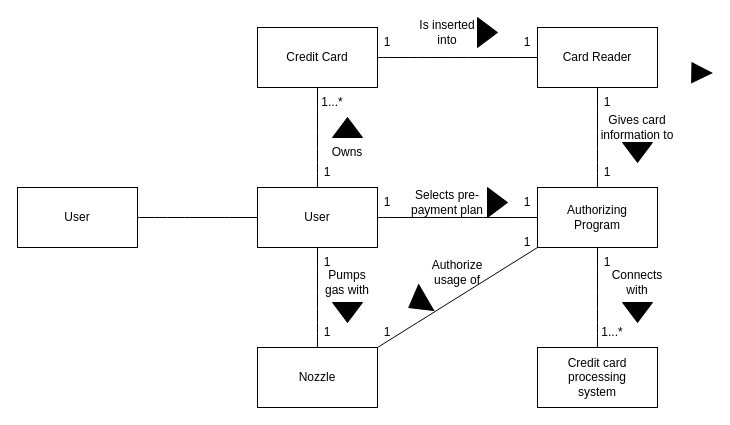
Above: Untitled Diagram.drawio in critschris/COMP-354 (draw.io), before the change. Source tidied: cells renumbered, new cells numbered last; positions are measured from the earlier drawing's top-left corner, leaving out a move shared by most shapes. Both pictures are drawn from the tidied source at 100%, with x=0, y=0 at pixel (17, 17).
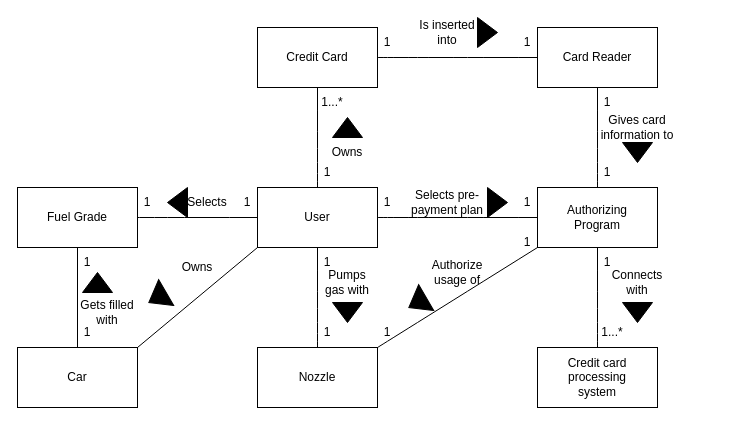
After the change.

The change refers to these unchanged cells:
```xml
<mxCell id="7" style="rounded=0;whiteSpace=wrap;html=1;" parent="6" vertex="1">
  <mxGeometry width="120" height="60" as="geometry" />
</mxCell>
<mxCell id="58" style="group;" parent="1" vertex="1">
  <mxGeometry y="170" width="120" height="60" as="geometry" />
</mxCell>
<mxCell id="59" style="rounded=0;whiteSpace=wrap;html=1;" parent="58" vertex="1">
  <mxGeometry width="120" height="60" as="geometry" />
</mxCell>
```

The edit, as a diff of the source:
```diff
@@
-    <mxCell id="2" style="verticalLabelPosition=bottom;verticalAlign=top;html=1;shape=mxgraph.basic.acute_triangle;dx=0.5;fillStyle=solid;fillColor=#000000;rotation=91;" parent="1" vertex="1">
-      <mxGeometry x="674.3" y="45.4" width="20" height="20" as="geometry" />
-    </mxCell>
@@
-    <mxCell id="60" value="User" style="text;html=1;align=center;verticalAlign=middle;whiteSpace=wrap;rounded=0;" parent="58" vertex="1">
+    <mxCell id="60" value="Fuel Grade" style="text;html=1;align=center;verticalAlign=middle;whiteSpace=wrap;rounded=0;" parent="58" vertex="1">
       <mxGeometry x="10" y="10" width="100" height="40" as="geometry" />
     </mxCell>
+    <mxCell id="61" style="group;" parent="1" vertex="1">
+      <mxGeometry y="330" width="120" height="60" as="geometry" />
+    </mxCell>
+    <mxCell id="62" style="rounded=0;whiteSpace=wrap;html=1;" parent="61" vertex="1">
+      <mxGeometry width="120" height="60" as="geometry" />
+    </mxCell>
+    <mxCell id="63" value="Car" style="text;html=1;align=center;verticalAlign=middle;whiteSpace=wrap;rounded=0;" parent="61" vertex="1">
+      <mxGeometry x="10" y="10" width="100" height="40" as="geometry" />
+    </mxCell>
+    <mxCell id="64" value="Selects" style="text;html=1;align=center;verticalAlign=middle;whiteSpace=wrap;rounded=0;" parent="1" vertex="1">
+      <mxGeometry x="170" y="170" width="40" height="30" as="geometry" />
+    </mxCell>
+    <mxCell id="65" value="1" style="text;html=1;align=center;verticalAlign=middle;whiteSpace=wrap;rounded=0;" parent="1" vertex="1">
+      <mxGeometry x="220" y="170" width="20" height="30" as="geometry" />
+    </mxCell>
+    <mxCell id="66" value="1" style="text;html=1;align=center;verticalAlign=middle;whiteSpace=wrap;rounded=0;" parent="1" vertex="1">
+      <mxGeometry x="120" y="170" width="20" height="30" as="geometry" />
+    </mxCell>
+    <mxCell id="67" style="triangle;whiteSpace=wrap;html=1;rotation=-180;fillColor=#000000;" parent="1" vertex="1">
+      <mxGeometry x="150" y="170" width="20" height="30" as="geometry" />
+    </mxCell>
+    <mxCell id="68" style="endArrow=none;html=1;rounded=0;exitX=1;exitY=0;exitDx=0;exitDy=0;entryX=0;entryY=1;entryDx=0;entryDy=0;" parent="1" edge="1" source="62" target="7">
+      <mxGeometry relative="1" as="geometry" />
+    </mxCell>
+    <mxCell id="69" style="triangle;whiteSpace=wrap;html=1;rotation=-210;fillColor=#000000;" parent="1" vertex="1">
+      <mxGeometry x="130" y="265" width="20" height="30" as="geometry" />
+    </mxCell>
+    <mxCell id="70" value="Owns" style="text;html=1;align=center;verticalAlign=middle;whiteSpace=wrap;rounded=0;rotation=0;" parent="1" vertex="1">
+      <mxGeometry x="150" y="235" width="60" height="30" as="geometry" />
+    </mxCell>
+    <mxCell id="71" style="endArrow=none;html=1;rounded=0;exitX=0.5;exitY=0;exitDx=0;exitDy=0;entryX=0.5;entryY=1;entryDx=0;entryDy=0;" parent="1" edge="1" source="62" target="59">
+      <mxGeometry relative="1" as="geometry" />
+    </mxCell>
+    <mxCell id="72" style="triangle;whiteSpace=wrap;html=1;rotation=-90;fillColor=#000000;" parent="1" vertex="1">
+      <mxGeometry x="70" y="250" width="20" height="30" as="geometry" />
+    </mxCell>
+    <mxCell id="73" value="1" style="text;html=1;align=center;verticalAlign=middle;whiteSpace=wrap;rounded=0;" parent="1" vertex="1">
+      <mxGeometry x="60" y="300" width="20" height="30" as="geometry" />
+    </mxCell>
+    <mxCell id="74" value="1" style="text;html=1;align=center;verticalAlign=middle;whiteSpace=wrap;rounded=0;" parent="1" vertex="1">
+      <mxGeometry x="60" y="230" width="20" height="30" as="geometry" />
+    </mxCell>
+    <mxCell id="75" value="Gets filled with" style="text;html=1;align=center;verticalAlign=middle;whiteSpace=wrap;rounded=0;rotation=0;" parent="1" vertex="1">
+      <mxGeometry x="60" y="280" width="60" height="30" as="geometry" />
+    </mxCell>
```
